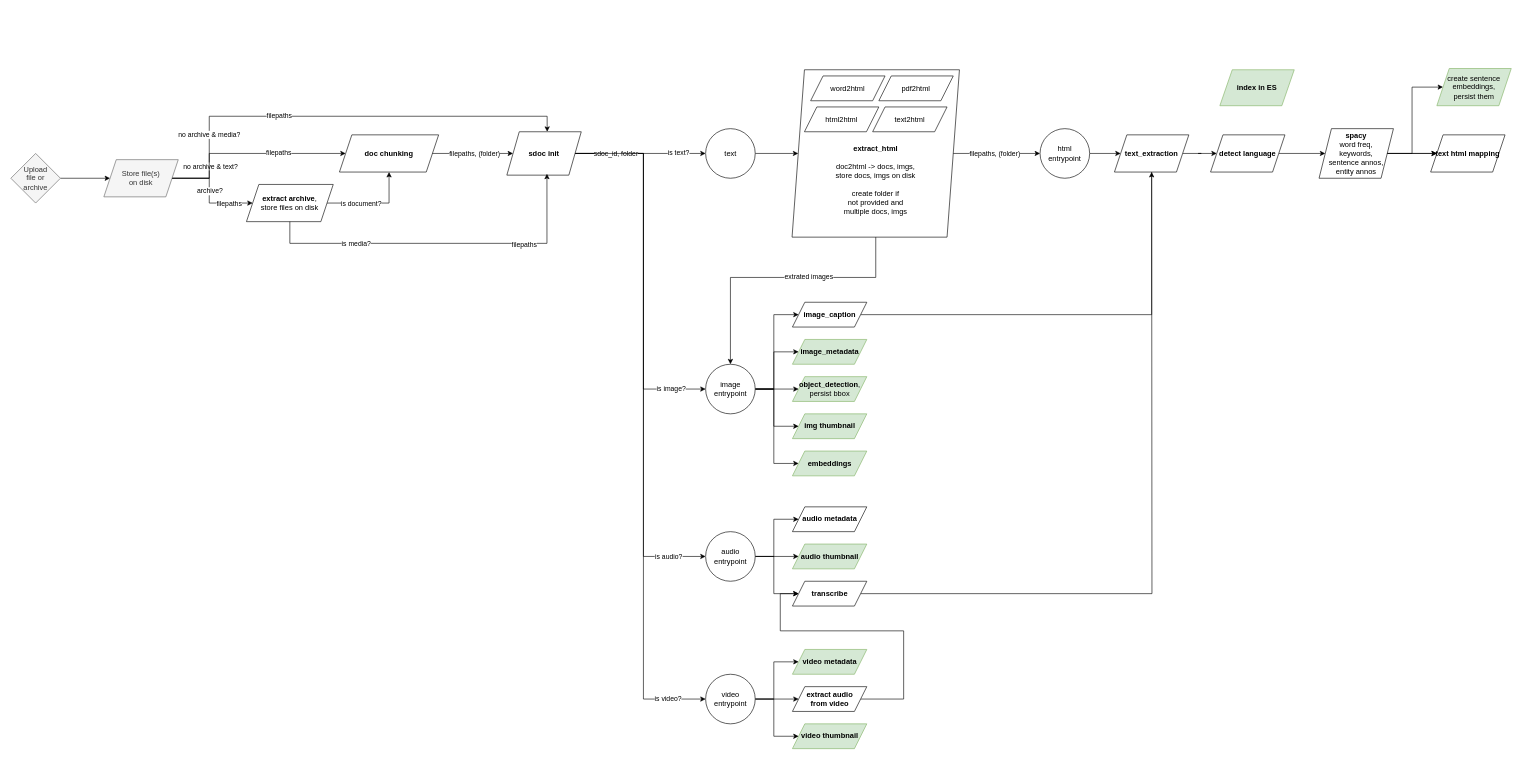
This is backend/src/modules/doc_processing/doc_processing_pipeline.drawio from uhh-lt/dats, a draw.io file, before an edit. Source tidied: cells renumbered, new cells numbered last; positions are measured from the earlier drawing's top-left corner, leaving out a move shared by most shapes. Both pictures are drawn from the tidied source at 62%, with x=0, y=0 at pixel (11, 68).
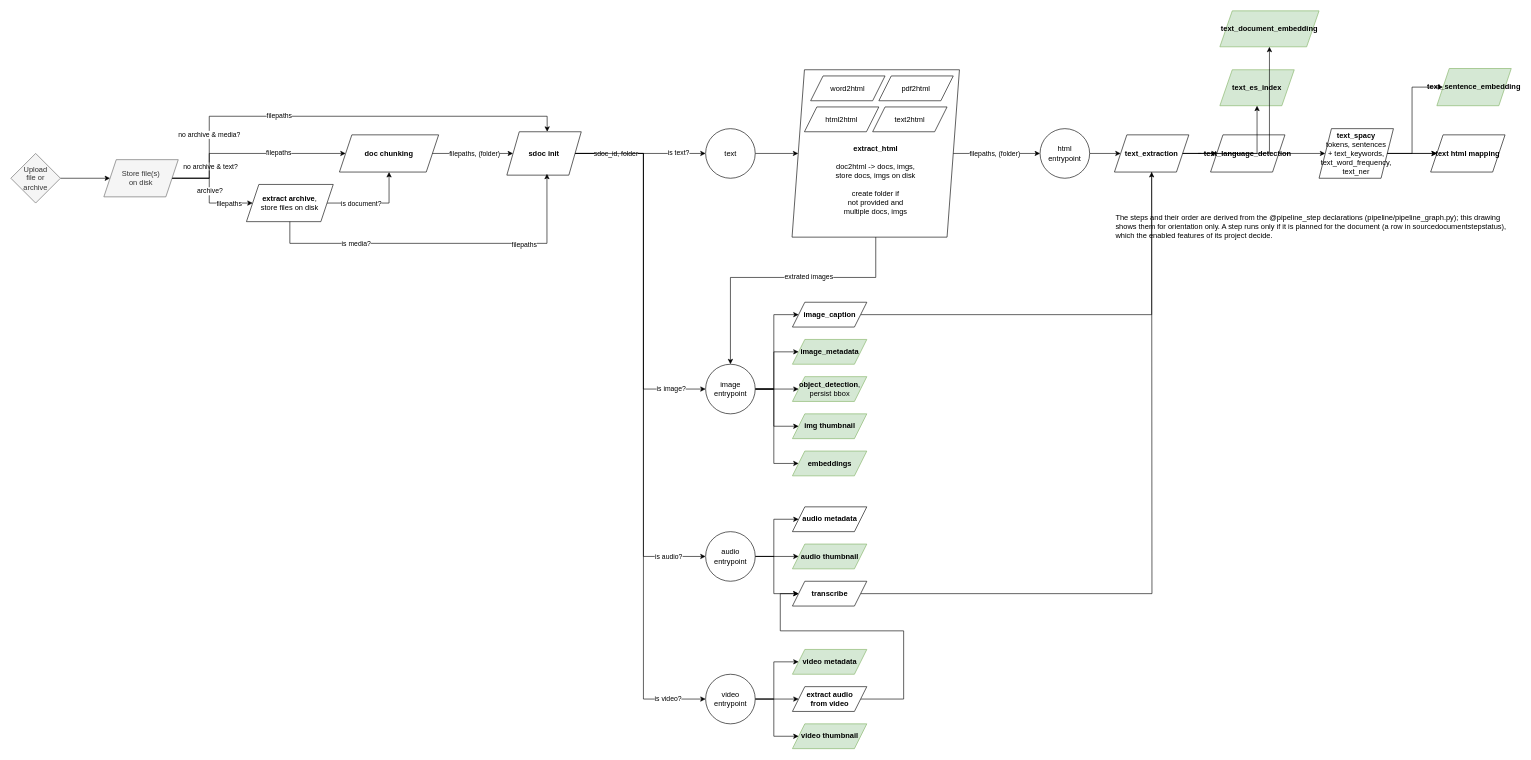
The same diagram, later.

Commit message (it also covers changes not shown here):
docs(feature-toggles): describe the status table, the derived pipeline and the new titles

The change refers to these unchanged cells:
```xml
<mxCell id="82" value="&lt;div&gt;&lt;b&gt;text_extraction&lt;/b&gt;&lt;/div&gt;" style="shape=parallelogram;perimeter=parallelogramPerimeter;whiteSpace=wrap;html=1;fixedSize=1;" parent="1" vertex="1">
  <mxGeometry x="1780" y="107" width="120" height="60" as="geometry" />
</mxCell>
```

Change to the diagram source:
```diff
@@
-    <mxCell id="12" value="&lt;div&gt;&lt;b&gt;spacy&lt;/b&gt;&lt;/div&gt;&lt;div&gt;&lt;div&gt;word freq,&lt;/div&gt;&lt;div&gt;keywords,&lt;/div&gt;&lt;div&gt;sentence annos,&lt;/div&gt;&lt;div&gt;entity annos&lt;/div&gt;&lt;/div&gt;" style="shape=parallelogram;perimeter=parallelogramPerimeter;whiteSpace=wrap;html=1;fixedSize=1;" parent="1" vertex="1">
+    <mxCell id="12" value="&lt;div&gt;&lt;b&gt;text_spacy&lt;/b&gt;&lt;/div&gt;&lt;div&gt;tokens, sentences&lt;/div&gt;&lt;div&gt;+ text_keywords,&lt;/div&gt;&lt;div&gt;text_word_frequency,&lt;/div&gt;&lt;div&gt;text_ner&lt;/div&gt;" style="shape=parallelogram;perimeter=parallelogramPerimeter;whiteSpace=wrap;html=1;fixedSize=1;" parent="1" vertex="1">
       <mxGeometry x="2110" y="97" width="120" height="80" as="geometry" />
     </mxCell>
-    <mxCell id="13" value="&lt;div&gt;&lt;b&gt;index in ES&lt;/b&gt;&lt;/div&gt;" style="shape=parallelogram;perimeter=parallelogramPerimeter;whiteSpace=wrap;html=1;fixedSize=1;fillColor=#d5e8d4;strokeColor=#82b366;" parent="1" vertex="1">
+    <mxCell id="13" value="&lt;div&gt;&lt;b&gt;text_es_index&lt;/b&gt;&lt;/div&gt;" style="shape=parallelogram;perimeter=parallelogramPerimeter;whiteSpace=wrap;html=1;fixedSize=1;fillColor=#d5e8d4;strokeColor=#82b366;" parent="1" vertex="1">
       <mxGeometry x="1950" y="2" width="120" height="58" as="geometry" />
     </mxCell>
-    <mxCell id="14" value="&lt;div&gt;create sentence&lt;/div&gt;&lt;div&gt;embeddings,&lt;/div&gt;&lt;div&gt;persist them&lt;/div&gt;" style="shape=parallelogram;perimeter=parallelogramPerimeter;whiteSpace=wrap;html=1;fixedSize=1;fillColor=#d5e8d4;strokeColor=#82b366;" parent="1" vertex="1">
+    <mxCell id="14" value="&lt;div&gt;&lt;b&gt;text_sentence_embedding&lt;/b&gt;&lt;/div&gt;" style="shape=parallelogram;perimeter=parallelogramPerimeter;whiteSpace=wrap;html=1;fixedSize=1;fillColor=#d5e8d4;strokeColor=#82b366;" parent="1" vertex="1">
       <mxGeometry x="2300" width="120" height="60" as="geometry" />
     </mxCell>
@@
-    <mxCell id="20" value="&lt;b&gt;detect language&lt;/b&gt;" style="shape=parallelogram;perimeter=parallelogramPerimeter;whiteSpace=wrap;html=1;fixedSize=1;" parent="1" vertex="1">
+    <mxCell id="20" value="&lt;b&gt;text_language_detection&lt;/b&gt;" style="shape=parallelogram;perimeter=parallelogramPerimeter;whiteSpace=wrap;html=1;fixedSize=1;" parent="1" vertex="1">
       <mxGeometry x="1935" y="107" width="120" height="60" as="geometry" />
     </mxCell>
@@
+    <mxCell id="87" value="&lt;div&gt;&lt;b&gt;text_document_embedding&lt;/b&gt;&lt;/div&gt;" style="shape=parallelogram;perimeter=parallelogramPerimeter;whiteSpace=wrap;html=1;fixedSize=1;fillColor=#d5e8d4;strokeColor=#82b366;" parent="1" vertex="1">
+      <mxGeometry x="1950" y="-93" width="160" height="58" as="geometry" />
+    </mxCell>
+    <mxCell id="88" style="edgeStyle=orthogonalEdgeStyle;rounded=0;jettySize=auto;html=1;" parent="1" edge="1" source="82" target="13">
+      <mxGeometry relative="1" as="geometry" />
+    </mxCell>
+    <mxCell id="89" style="edgeStyle=orthogonalEdgeStyle;rounded=0;jettySize=auto;html=1;" parent="1" edge="1" source="82" target="87">
+      <mxGeometry relative="1" as="geometry" />
+    </mxCell>
+    <mxCell id="90" value="The steps and their order are derived from the @pipeline_step declarations (pipeline/pipeline_graph.py); this drawing shows them for orientation only. A step runs only if it is planned for the document (a row in sourcedocumentstepstatus), which the enabled features of its project decide." style="text;html=1;whiteSpace=wrap;align=left;verticalAlign=top;" parent="1" vertex="1">
+      <mxGeometry x="1780" y="227" width="640" height="60" as="geometry" />
+    </mxCell>
```
